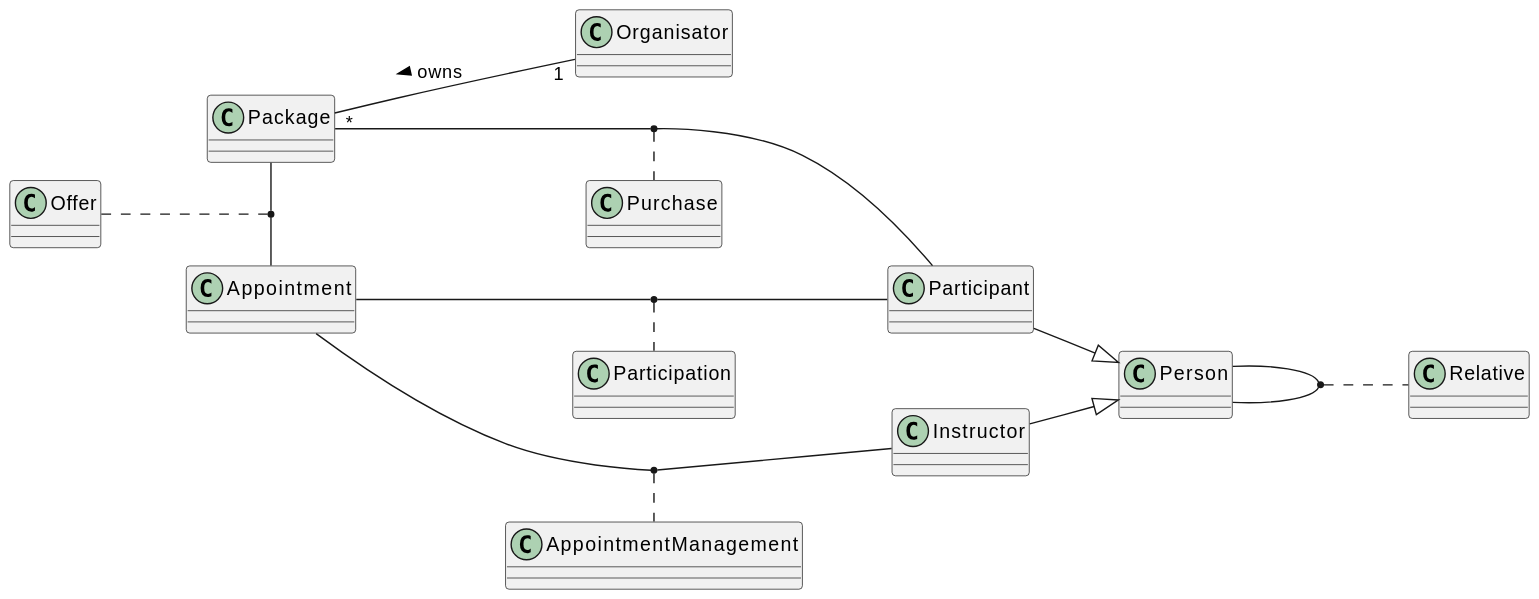
Earlier version of the PlantUML export images/cld.svg (2324-4bhif-syp/2324-4bhif-syp-project-kurstermine). Its source is kept beside it as plantuml/cld.puml.
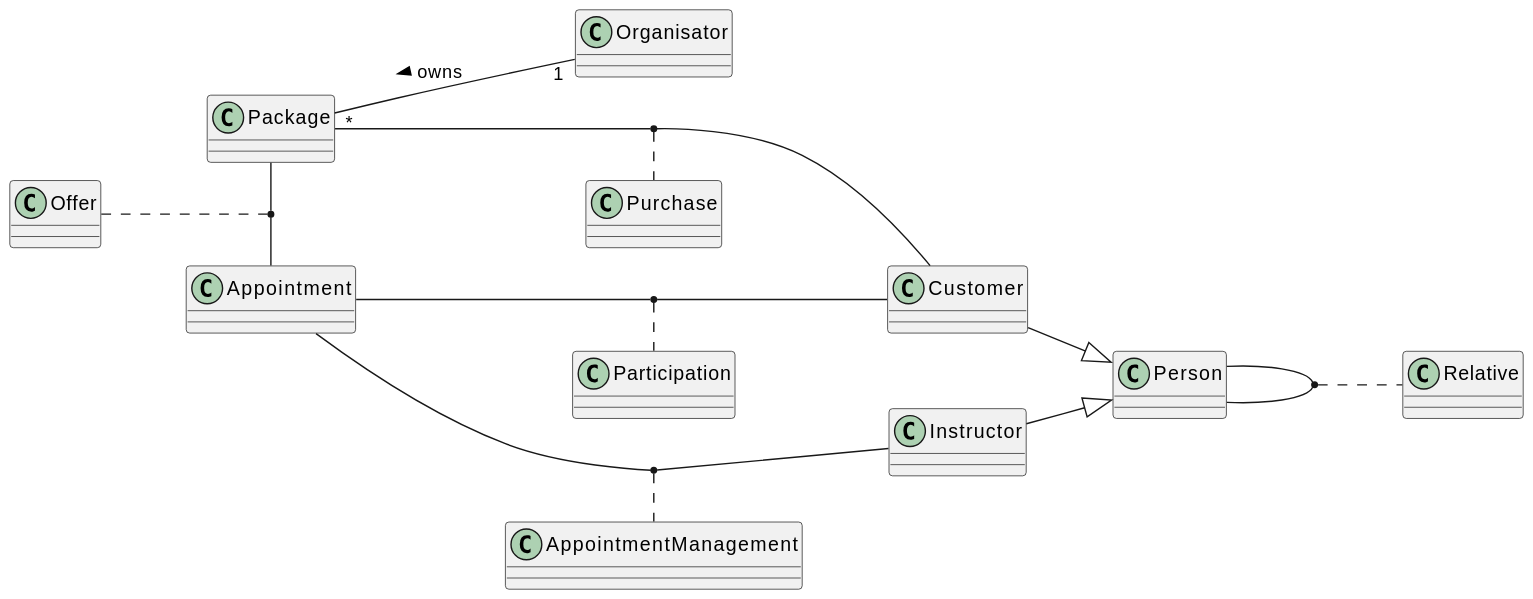
After the change.

Change to the diagram source:
```diff
@@ -7,7 +7,7 @@
 class Appointment {
 }
 
-class Participant {
+class Customer {
 }
 
 class Organisator {
@@ -22,11 +22,11 @@
 Package -left- Appointment
 Package "*"--"1" Organisator: < owns
 Instructor --|> Person
-Participant --|> Person
+Customer --|> Person
 Offer .. (Package, Appointment)
 (Appointment, Instructor) .. AppointmentManagement
-(Appointment, Participant) .. Participation
-(Package, Participant) .. Purchase
+(Appointment, Customer) .. Participation
+(Package, Customer) .. Purchase
 (Person, Person) .. Relative
 
 @enduml
```
